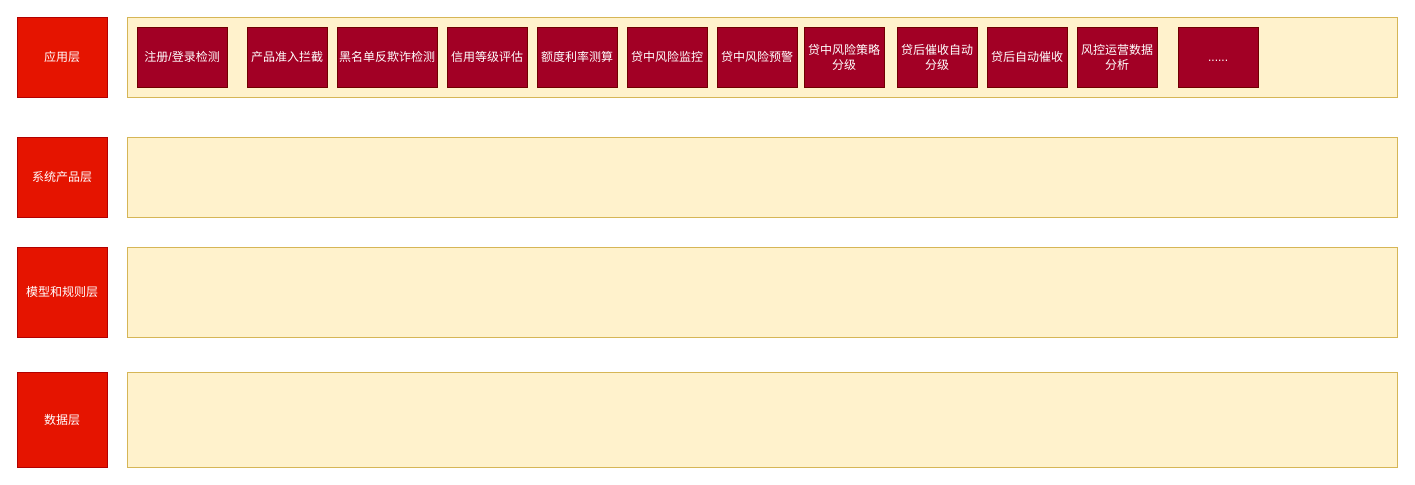
Earlier version of the draw.io diagram 智能风控业务架构.drawio (liojian198/Bin-Blog). Source tidied: cells renumbered, new cells numbered last; positions are measured from the earlier drawing's top-left corner, leaving out a move shared by most shapes. Both pictures are drawn from the tidied source at 100%, with x=0, y=0 at pixel (17, 17).
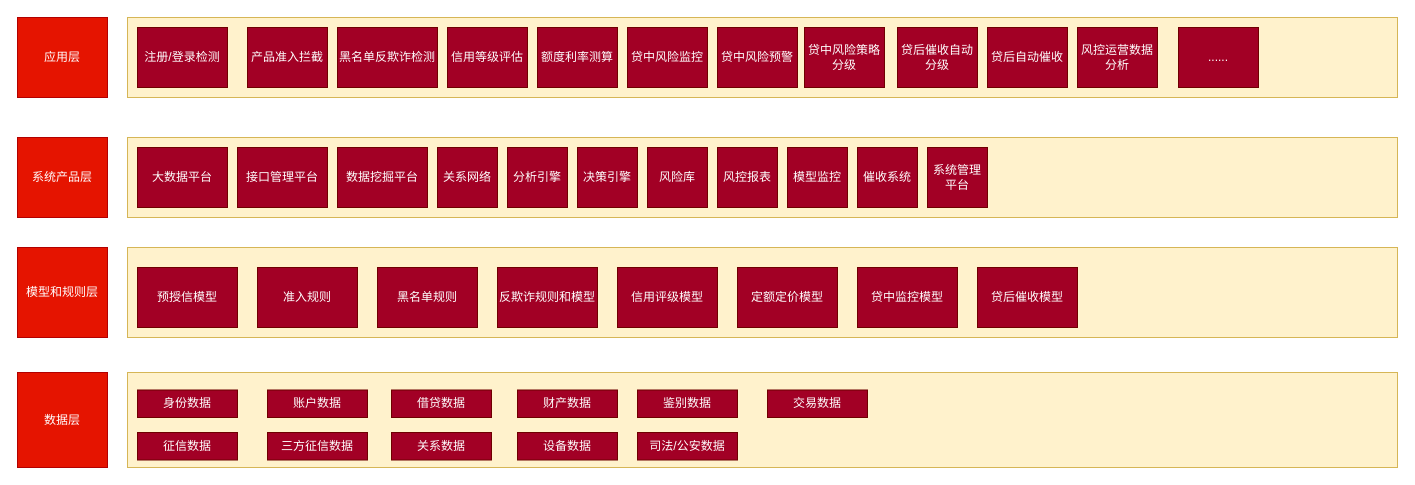
After the change.

Commit message (it also covers changes not shown here):
更新智能风控业务架构.drawio

Diff of the diagram source:
```diff
@@
+    <mxCell id="22" value="大数据平台" style="rounded=0;whiteSpace=wrap;html=1;fillColor=#a20025;strokeColor=#6F0000;fontColor=#ffffff;" parent="1" vertex="1">
+      <mxGeometry x="120" y="130" width="90" height="60" as="geometry" />
+    </mxCell>
+    <mxCell id="23" value="接口管理平台" style="rounded=0;whiteSpace=wrap;html=1;fillColor=#a20025;strokeColor=#6F0000;fontColor=#ffffff;" parent="1" vertex="1">
+      <mxGeometry x="220" y="130" width="90" height="60" as="geometry" />
+    </mxCell>
+    <mxCell id="24" value="数据挖掘平台" style="rounded=0;whiteSpace=wrap;html=1;fillColor=#a20025;strokeColor=#6F0000;fontColor=#ffffff;" parent="1" vertex="1">
+      <mxGeometry x="320" y="130" width="90" height="60" as="geometry" />
+    </mxCell>
+    <mxCell id="25" value="关系网络" style="rounded=0;whiteSpace=wrap;html=1;fillColor=#a20025;strokeColor=#6F0000;fontColor=#ffffff;" parent="1" vertex="1">
+      <mxGeometry x="420" y="130" width="60" height="60" as="geometry" />
+    </mxCell>
+    <mxCell id="26" value="分析引擎" style="rounded=0;whiteSpace=wrap;html=1;fillColor=#a20025;strokeColor=#6F0000;fontColor=#ffffff;" parent="1" vertex="1">
+      <mxGeometry x="490" y="130" width="60" height="60" as="geometry" />
+    </mxCell>
+    <mxCell id="27" value="决策引擎" style="rounded=0;whiteSpace=wrap;html=1;fillColor=#a20025;strokeColor=#6F0000;fontColor=#ffffff;" parent="1" vertex="1">
+      <mxGeometry x="560" y="130" width="60" height="60" as="geometry" />
+    </mxCell>
+    <mxCell id="28" value="风险库" style="rounded=0;whiteSpace=wrap;html=1;fillColor=#a20025;strokeColor=#6F0000;fontColor=#ffffff;" parent="1" vertex="1">
+      <mxGeometry x="630" y="130" width="60" height="60" as="geometry" />
+    </mxCell>
+    <mxCell id="29" value="风控报表" style="rounded=0;whiteSpace=wrap;html=1;fillColor=#a20025;strokeColor=#6F0000;fontColor=#ffffff;" parent="1" vertex="1">
+      <mxGeometry x="700" y="130" width="60" height="60" as="geometry" />
+    </mxCell>
+    <mxCell id="30" value="模型监控" style="rounded=0;whiteSpace=wrap;html=1;fillColor=#a20025;strokeColor=#6F0000;fontColor=#ffffff;" parent="1" vertex="1">
+      <mxGeometry x="770" y="130" width="60" height="60" as="geometry" />
+    </mxCell>
+    <mxCell id="31" value="催收系统&lt;br&gt;" style="rounded=0;whiteSpace=wrap;html=1;fillColor=#a20025;strokeColor=#6F0000;fontColor=#ffffff;" parent="1" vertex="1">
+      <mxGeometry x="840" y="130" width="60" height="60" as="geometry" />
+    </mxCell>
+    <mxCell id="32" value="系统管理平台" style="rounded=0;whiteSpace=wrap;html=1;fillColor=#a20025;strokeColor=#6F0000;fontColor=#ffffff;" parent="1" vertex="1">
+      <mxGeometry x="910" y="130" width="60" height="60" as="geometry" />
+    </mxCell>
+    <mxCell id="33" value="预授信模型" style="rounded=0;whiteSpace=wrap;html=1;fillColor=#a20025;strokeColor=#6F0000;fontColor=#ffffff;" parent="1" vertex="1">
+      <mxGeometry x="120" y="250" width="100" height="60" as="geometry" />
+    </mxCell>
+    <mxCell id="34" value="准入规则" style="rounded=0;whiteSpace=wrap;html=1;fillColor=#a20025;strokeColor=#6F0000;fontColor=#ffffff;" parent="1" vertex="1">
+      <mxGeometry x="240" y="250" width="100" height="60" as="geometry" />
+    </mxCell>
+    <mxCell id="35" value="黑名单规则" style="rounded=0;whiteSpace=wrap;html=1;fillColor=#a20025;strokeColor=#6F0000;fontColor=#ffffff;" parent="1" vertex="1">
+      <mxGeometry x="360" y="250" width="100" height="60" as="geometry" />
+    </mxCell>
+    <mxCell id="36" value="反欺诈规则和模型" style="rounded=0;whiteSpace=wrap;html=1;fillColor=#a20025;strokeColor=#6F0000;fontColor=#ffffff;" parent="1" vertex="1">
+      <mxGeometry x="480" y="250" width="100" height="60" as="geometry" />
+    </mxCell>
+    <mxCell id="37" value="信用评级模型" style="rounded=0;whiteSpace=wrap;html=1;fillColor=#a20025;strokeColor=#6F0000;fontColor=#ffffff;" parent="1" vertex="1">
+      <mxGeometry x="600" y="250" width="100" height="60" as="geometry" />
+    </mxCell>
+    <mxCell id="38" value="定额定价模型" style="rounded=0;whiteSpace=wrap;html=1;fillColor=#a20025;strokeColor=#6F0000;fontColor=#ffffff;" parent="1" vertex="1">
+      <mxGeometry x="720" y="250" width="100" height="60" as="geometry" />
+    </mxCell>
+    <mxCell id="39" value="贷中监控模型" style="rounded=0;whiteSpace=wrap;html=1;fillColor=#a20025;strokeColor=#6F0000;fontColor=#ffffff;" parent="1" vertex="1">
+      <mxGeometry x="840" y="250" width="100" height="60" as="geometry" />
+    </mxCell>
+    <mxCell id="40" value="贷后催收模型" style="rounded=0;whiteSpace=wrap;html=1;fillColor=#a20025;strokeColor=#6F0000;fontColor=#ffffff;" parent="1" vertex="1">
+      <mxGeometry x="960" y="250" width="100" height="60" as="geometry" />
+    </mxCell>
+    <mxCell id="41" value="身份数据" style="rounded=0;whiteSpace=wrap;html=1;fillColor=#a20025;strokeColor=#6F0000;fontColor=#ffffff;" parent="1" vertex="1">
+      <mxGeometry x="120" y="372.5" width="100" height="27.5" as="geometry" />
+    </mxCell>
+    <mxCell id="42" value="征信数据" style="rounded=0;whiteSpace=wrap;html=1;fillColor=#a20025;strokeColor=#6F0000;fontColor=#ffffff;" parent="1" vertex="1">
+      <mxGeometry x="120" y="415" width="100" height="27.5" as="geometry" />
+    </mxCell>
+    <mxCell id="43" value="账户数据" style="rounded=0;whiteSpace=wrap;html=1;fillColor=#a20025;strokeColor=#6F0000;fontColor=#ffffff;" parent="1" vertex="1">
+      <mxGeometry x="250" y="372.5" width="100" height="27.5" as="geometry" />
+    </mxCell>
+    <mxCell id="44" value="借贷数据" style="rounded=0;whiteSpace=wrap;html=1;fillColor=#a20025;strokeColor=#6F0000;fontColor=#ffffff;" parent="1" vertex="1">
+      <mxGeometry x="374" y="372.5" width="100" height="27.5" as="geometry" />
+    </mxCell>
+    <mxCell id="45" value="财产数据" style="rounded=0;whiteSpace=wrap;html=1;fillColor=#a20025;strokeColor=#6F0000;fontColor=#ffffff;" parent="1" vertex="1">
+      <mxGeometry x="500" y="372.5" width="100" height="27.5" as="geometry" />
+    </mxCell>
+    <mxCell id="46" value="三方征信数据" style="rounded=0;whiteSpace=wrap;html=1;fillColor=#a20025;strokeColor=#6F0000;fontColor=#ffffff;" parent="1" vertex="1">
+      <mxGeometry x="250" y="415" width="100" height="27.5" as="geometry" />
+    </mxCell>
+    <mxCell id="47" value="关系数据" style="rounded=0;whiteSpace=wrap;html=1;fillColor=#a20025;strokeColor=#6F0000;fontColor=#ffffff;" parent="1" vertex="1">
+      <mxGeometry x="374" y="415" width="100" height="27.5" as="geometry" />
+    </mxCell>
+    <mxCell id="48" value="设备数据" style="rounded=0;whiteSpace=wrap;html=1;fillColor=#a20025;strokeColor=#6F0000;fontColor=#ffffff;" parent="1" vertex="1">
+      <mxGeometry x="500" y="415" width="100" height="27.5" as="geometry" />
+    </mxCell>
+    <mxCell id="49" value="鉴别数据" style="rounded=0;whiteSpace=wrap;html=1;fillColor=#a20025;strokeColor=#6F0000;fontColor=#ffffff;" parent="1" vertex="1">
+      <mxGeometry x="620" y="372.5" width="100" height="27.5" as="geometry" />
+    </mxCell>
+    <mxCell id="50" value="司法/公安数据" style="rounded=0;whiteSpace=wrap;html=1;fillColor=#a20025;strokeColor=#6F0000;fontColor=#ffffff;" parent="1" vertex="1">
+      <mxGeometry x="620" y="415" width="100" height="27.5" as="geometry" />
+    </mxCell>
+    <mxCell id="51" value="交易数据" style="rounded=0;whiteSpace=wrap;html=1;fillColor=#a20025;strokeColor=#6F0000;fontColor=#ffffff;" parent="1" vertex="1">
+      <mxGeometry x="750" y="372.5" width="100" height="27.5" as="geometry" />
+    </mxCell>
```
